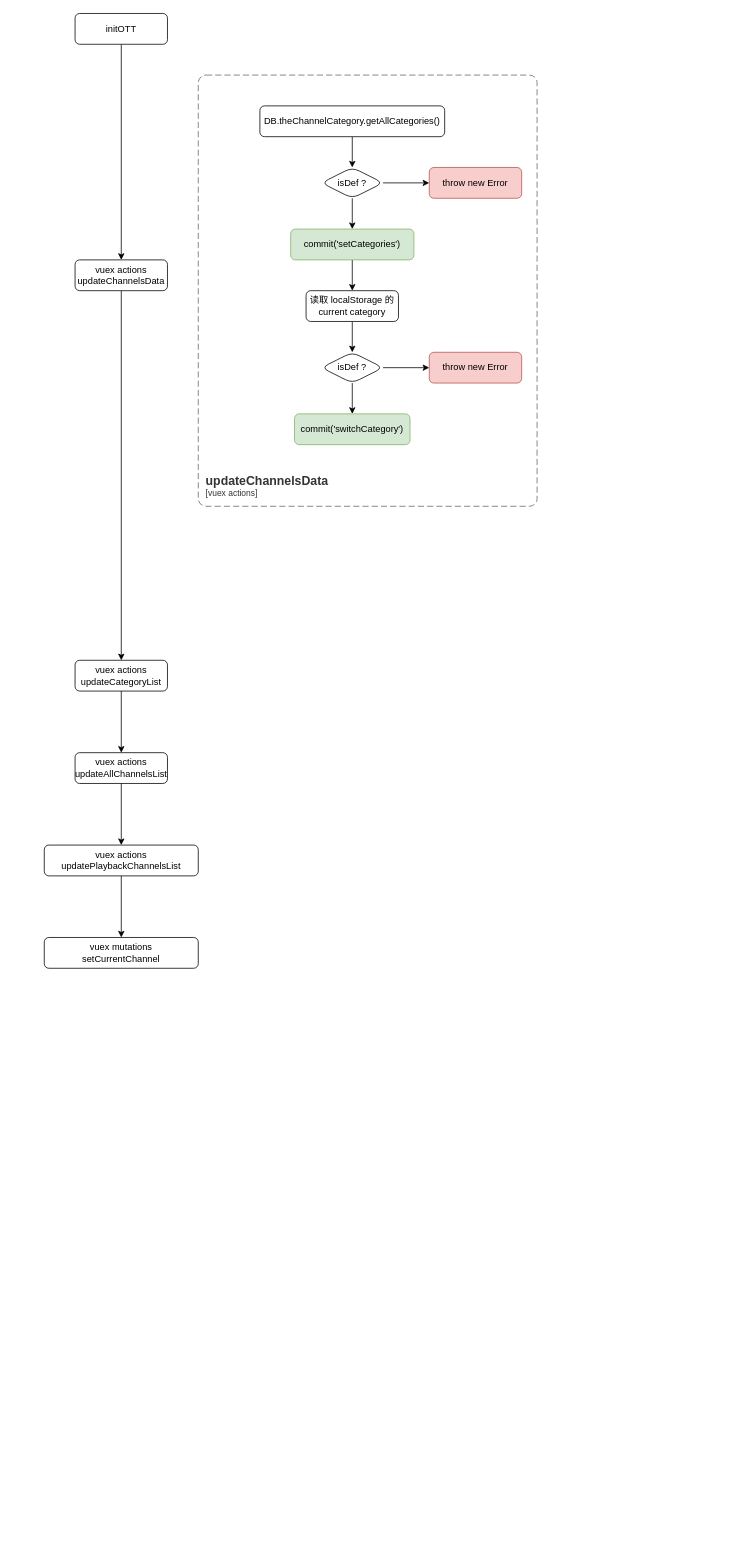
This is VidaaTvH5.drawio from LeeDebug/drawio, a draw.io file, before an edit. Source tidied: cells renumbered, new cells numbered last; positions are measured from the earlier drawing's top-left corner, leaving out a move shared by most shapes. Both pictures are drawn from the tidied source at 77%, with x=0, y=0 at pixel (44, 13).
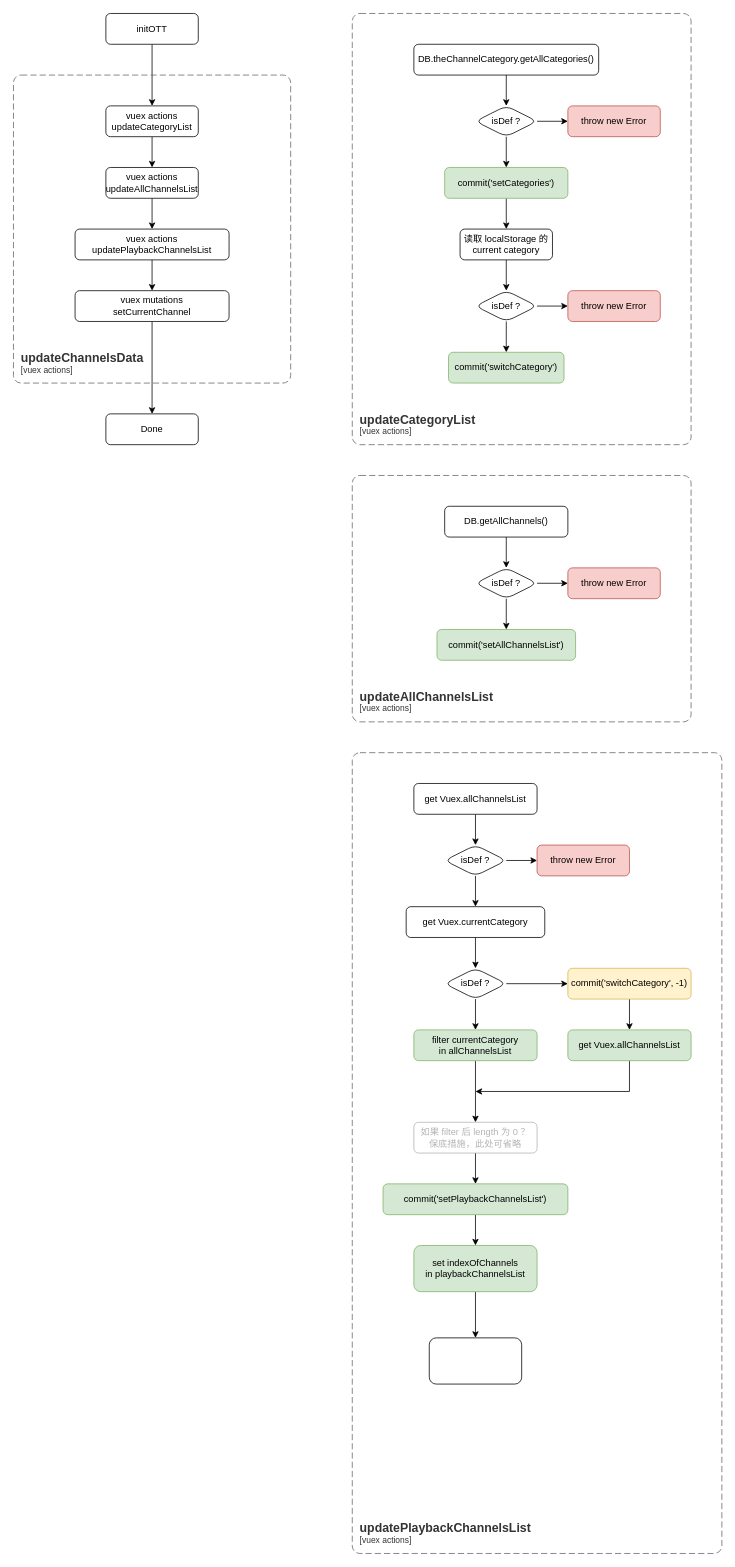
Above is the later version.

Diff of the diagram source:
```diff
@@
-    <mxCell id="2" style="edgeStyle=orthogonalEdgeStyle;rounded=0;jettySize=auto;html=1;" parent="1" edge="1" source="3" target="5">
-      <mxGeometry relative="1" as="geometry" />
-    </mxCell>
+    <mxCell id="29" style="edgeStyle=orthogonalEdgeStyle;rounded=0;jettySize=auto;html=1;exitX=0.5;exitY=1;exitDx=0;exitDy=0;entryX=0.5;entryY=0;entryDx=0;entryDy=0;" parent="1" edge="1" source="3" target="7">
+      <mxGeometry relative="1" as="geometry" />
+    </mxCell>
     <mxCell id="3" value="initOTT" style="rounded=1;whiteSpace=wrap;html=1;" parent="1" vertex="1">
-      <mxGeometry x="40" width="120" height="40" as="geometry" />
+      <mxGeometry x="80" width="120" height="40" as="geometry" />
     </mxCell>
-    <mxCell id="4" style="edgeStyle=orthogonalEdgeStyle;rounded=0;jettySize=auto;html=1;" parent="1" edge="1" source="5" target="7">
-      <mxGeometry relative="1" as="geometry" />
-    </mxCell>
-    <mxCell id="5" value="vuex actions&lt;br&gt;updateChannelsData" style="rounded=1;whiteSpace=wrap;html=1;" parent="1" vertex="1">
-      <mxGeometry x="40" y="320" width="120" height="40" as="geometry" />
-    </mxCell>
-    <mxCell id="6" style="edgeStyle=orthogonalEdgeStyle;rounded=0;jettySize=auto;html=1;" parent="1" edge="1" source="7" target="9">
-      <mxGeometry relative="1" as="geometry" />
-    </mxCell>
-    <mxCell id="7" value="vuex actions&lt;br&gt;updateCategoryList" style="rounded=1;whiteSpace=wrap;html=1;" parent="1" vertex="1">
-      <mxGeometry x="40" y="840" width="120" height="40" as="geometry" />
-    </mxCell>
-    <mxCell id="8" style="edgeStyle=orthogonalEdgeStyle;rounded=0;jettySize=auto;html=1;" parent="1" edge="1" source="9" target="11">
-      <mxGeometry relative="1" as="geometry" />
-    </mxCell>
-    <mxCell id="9" value="vuex actions&lt;br&gt;updateAllChannelsList" style="rounded=1;whiteSpace=wrap;html=1;" parent="1" vertex="1">
-      <mxGeometry x="40" y="960" width="120" height="40" as="geometry" />
-    </mxCell>
-    <mxCell id="10" style="edgeStyle=orthogonalEdgeStyle;rounded=0;jettySize=auto;html=1;" parent="1" edge="1" source="11" target="12">
-      <mxGeometry relative="1" as="geometry" />
-    </mxCell>
-    <mxCell id="11" value="vuex actions&lt;br&gt;updatePlaybackChannelsList" style="rounded=1;whiteSpace=wrap;html=1;" parent="1" vertex="1">
-      <mxGeometry y="1080" width="200" height="40" as="geometry" />
-    </mxCell>
-    <mxCell id="12" value="vuex mutations&lt;br&gt;setCurrentChannel" style="rounded=1;whiteSpace=wrap;html=1;" parent="1" vertex="1">
-      <mxGeometry y="1200" width="200" height="40" as="geometry" />
-    </mxCell>
@@
     <mxCell id="14" value="DB.theChannelCategory.getAllCategories()" style="rounded=1;whiteSpace=wrap;html=1;" parent="1" vertex="1">
-      <mxGeometry x="280" y="120" width="240" height="40" as="geometry" />
+      <mxGeometry x="480" y="40" width="240" height="40" as="geometry" />
     </mxCell>
@@
     <mxCell id="17" value="isDef ?" style="rhombus;whiteSpace=wrap;html=1;rounded=1;" parent="1" vertex="1">
-      <mxGeometry x="360" y="200" width="80" height="40" as="geometry" />
+      <mxGeometry x="560" y="120" width="80" height="40" as="geometry" />
     </mxCell>
@@
     <mxCell id="19" value="commit('setCategories')" style="whiteSpace=wrap;html=1;rounded=1;fillColor=#d5e8d4;strokeColor=#82b366;" parent="1" vertex="1">
-      <mxGeometry x="320" y="280" width="160" height="40" as="geometry" />
+      <mxGeometry x="520" y="200" width="160" height="40" as="geometry" />
     </mxCell>
     <mxCell id="20" value="throw new Error" style="whiteSpace=wrap;html=1;rounded=1;fillColor=#f8cecc;strokeColor=#b85450;" parent="1" vertex="1">
-      <mxGeometry x="500" y="200" width="120" height="40" as="geometry" />
+      <mxGeometry x="680" y="120" width="120" height="40" as="geometry" />
     </mxCell>
@@
     <mxCell id="22" value="读取 localStorage 的&lt;br&gt;current category" style="whiteSpace=wrap;html=1;rounded=1;" parent="1" vertex="1">
-      <mxGeometry x="340" y="360" width="120" height="40" as="geometry" />
+      <mxGeometry x="540" y="280" width="120" height="40" as="geometry" />
     </mxCell>
@@
     <mxCell id="25" value="isDef ?" style="rhombus;whiteSpace=wrap;html=1;rounded=1;" parent="1" vertex="1">
-      <mxGeometry x="360" y="440" width="80" height="40" as="geometry" />
+      <mxGeometry x="560" y="360" width="80" height="40" as="geometry" />
     </mxCell>
     <mxCell id="26" value="commit('switchCategory')" style="whiteSpace=wrap;html=1;rounded=1;fillColor=#d5e8d4;strokeColor=#82b366;" parent="1" vertex="1">
-      <mxGeometry x="325" y="520" width="150" height="40" as="geometry" />
+      <mxGeometry x="525" y="440" width="150" height="40" as="geometry" />
     </mxCell>
     <mxCell id="27" value="throw new Error" style="whiteSpace=wrap;html=1;rounded=1;fillColor=#f8cecc;strokeColor=#b85450;" parent="1" vertex="1">
-      <mxGeometry x="500" y="440" width="120" height="40" as="geometry" />
+      <mxGeometry x="680" y="360" width="120" height="40" as="geometry" />
     </mxCell>
-    <object id="28" label="&lt;font style=&quot;font-size: 16px&quot;&gt;&lt;b&gt;&lt;div style=&quot;text-align: left&quot;&gt;%c4Name%&lt;/div&gt;&lt;/b&gt;&lt;/font&gt;&lt;div style=&quot;text-align: left&quot;&gt;[%c4Application%]&lt;/div&gt;" c4Application="vuex actions" c4Name="updateChannelsData" placeholders="1">
+    <object id="28" label="&lt;font style=&quot;font-size: 16px&quot;&gt;&lt;b&gt;&lt;div style=&quot;text-align: left&quot;&gt;%c4Name%&lt;/div&gt;&lt;/b&gt;&lt;/font&gt;&lt;div style=&quot;text-align: left&quot;&gt;[%c4Application%]&lt;/div&gt;" c4Application="vuex actions" c4Name="updateCategoryList" placeholders="1">
       <mxCell style="rounded=1;fontSize=11;whiteSpace=wrap;html=1;dashed=1;arcSize=20;fillColor=none;strokeColor=#666666;fontColor=#333333;labelBackgroundColor=none;align=left;verticalAlign=bottom;labelBorderColor=none;spacingTop=0;spacing=10;dashPattern=8 4;perimeter=rectanglePerimeter;noLabel=0;labelPadding=0;absoluteArcSize=1;" parent="1" vertex="1">
-        <mxGeometry x="200" y="80" width="440" height="560" as="geometry" />
+        <mxGeometry x="400" width="440" height="560" as="geometry" />
       </mxCell>
     </object>
+    <mxCell id="30" style="edgeStyle=orthogonalEdgeStyle;rounded=0;jettySize=auto;html=1;" parent="1" edge="1" source="31" target="38">
+      <mxGeometry relative="1" as="geometry" />
+    </mxCell>
+    <mxCell id="31" value="DB.getAllChannels()" style="rounded=1;whiteSpace=wrap;html=1;" parent="1" vertex="1">
+      <mxGeometry x="520" y="640" width="160" height="40" as="geometry" />
+    </mxCell>
+    <mxCell id="32" value="Done" style="whiteSpace=wrap;html=1;rounded=1;" parent="1" vertex="1">
+      <mxGeometry x="80" y="520" width="120" height="40" as="geometry" />
+    </mxCell>
+    <mxCell id="6" style="edgeStyle=orthogonalEdgeStyle;rounded=0;jettySize=auto;html=1;" parent="1" edge="1" source="7" target="9">
+      <mxGeometry relative="1" as="geometry" />
+    </mxCell>
+    <mxCell id="7" value="vuex actions&lt;br&gt;updateCategoryList" style="rounded=1;whiteSpace=wrap;html=1;" parent="1" vertex="1">
+      <mxGeometry x="80" y="120" width="120" height="40" as="geometry" />
+    </mxCell>
+    <mxCell id="8" style="edgeStyle=orthogonalEdgeStyle;rounded=0;jettySize=auto;html=1;" parent="1" edge="1" source="9" target="11">
+      <mxGeometry relative="1" as="geometry" />
+    </mxCell>
+    <mxCell id="9" value="vuex actions&lt;br&gt;updateAllChannelsList" style="rounded=1;whiteSpace=wrap;html=1;" parent="1" vertex="1">
+      <mxGeometry x="80" y="200" width="120" height="40" as="geometry" />
+    </mxCell>
+    <mxCell id="10" style="edgeStyle=orthogonalEdgeStyle;rounded=0;jettySize=auto;html=1;" parent="1" edge="1" source="11" target="12">
+      <mxGeometry relative="1" as="geometry" />
+    </mxCell>
+    <mxCell id="11" value="vuex actions&lt;br&gt;updatePlaybackChannelsList" style="rounded=1;whiteSpace=wrap;html=1;" parent="1" vertex="1">
+      <mxGeometry x="40" y="280" width="200" height="40" as="geometry" />
+    </mxCell>
+    <mxCell id="33" style="edgeStyle=orthogonalEdgeStyle;rounded=0;jettySize=auto;html=1;exitX=0.5;exitY=1;exitDx=0;exitDy=0;entryX=0.5;entryY=0;entryDx=0;entryDy=0;" parent="1" edge="1" source="12" target="32">
+      <mxGeometry relative="1" as="geometry" />
+    </mxCell>
+    <mxCell id="12" value="vuex mutations&lt;br&gt;setCurrentChannel" style="rounded=1;whiteSpace=wrap;html=1;" parent="1" vertex="1">
+      <mxGeometry x="40" y="360" width="200" height="40" as="geometry" />
+    </mxCell>
+    <object id="34" label="&lt;font style=&quot;font-size: 16px&quot;&gt;&lt;b&gt;&lt;div style=&quot;text-align: left&quot;&gt;%c4Name%&lt;/div&gt;&lt;/b&gt;&lt;/font&gt;&lt;div style=&quot;text-align: left&quot;&gt;[%c4Application%]&lt;/div&gt;" c4Application="vuex actions" c4Name="updateChannelsData" placeholders="1">
+      <mxCell style="rounded=1;fontSize=11;whiteSpace=wrap;html=1;dashed=1;arcSize=20;fillColor=none;strokeColor=#666666;fontColor=#333333;labelBackgroundColor=none;align=left;verticalAlign=bottom;labelBorderColor=none;spacingTop=0;spacing=10;dashPattern=8 4;perimeter=rectanglePerimeter;noLabel=0;labelPadding=0;absoluteArcSize=1;" parent="1" vertex="1">
+        <mxGeometry x="-40" y="80" width="360" height="400" as="geometry" />
+      </mxCell>
+    </object>
+    <object id="35" label="&lt;font style=&quot;font-size: 16px&quot;&gt;&lt;b&gt;&lt;div style=&quot;text-align: left&quot;&gt;%c4Name%&lt;/div&gt;&lt;/b&gt;&lt;/font&gt;&lt;div style=&quot;text-align: left&quot;&gt;[%c4Application%]&lt;/div&gt;" c4Application="vuex actions" c4Name="updateAllChannelsList" placeholders="1">
+      <mxCell style="rounded=1;fontSize=11;whiteSpace=wrap;html=1;dashed=1;arcSize=20;fillColor=none;strokeColor=#666666;fontColor=#333333;labelBackgroundColor=none;align=left;verticalAlign=bottom;labelBorderColor=none;spacingTop=0;spacing=10;dashPattern=8 4;perimeter=rectanglePerimeter;noLabel=0;labelPadding=0;absoluteArcSize=1;" parent="1" vertex="1">
+        <mxGeometry x="400" y="600" width="440" height="320" as="geometry" />
+      </mxCell>
+    </object>
+    <mxCell id="36" style="edgeStyle=orthogonalEdgeStyle;rounded=0;jettySize=auto;html=1;" parent="1" edge="1" source="38" target="39">
+      <mxGeometry relative="1" as="geometry" />
+    </mxCell>
+    <mxCell id="37" style="edgeStyle=orthogonalEdgeStyle;rounded=0;jettySize=auto;html=1;entryX=0;entryY=0.5;entryDx=0;entryDy=0;" parent="1" edge="1" source="38" target="40">
+      <mxGeometry relative="1" as="geometry" />
+    </mxCell>
+    <mxCell id="38" value="isDef ?" style="rhombus;whiteSpace=wrap;html=1;rounded=1;" parent="1" vertex="1">
+      <mxGeometry x="560" y="720" width="80" height="40" as="geometry" />
+    </mxCell>
+    <mxCell id="39" value="commit('setAllChannelsList')" style="whiteSpace=wrap;html=1;rounded=1;fillColor=#d5e8d4;strokeColor=#82b366;" parent="1" vertex="1">
+      <mxGeometry x="510" y="800" width="180" height="40" as="geometry" />
+    </mxCell>
+    <mxCell id="40" value="throw new Error" style="whiteSpace=wrap;html=1;rounded=1;fillColor=#f8cecc;strokeColor=#b85450;" parent="1" vertex="1">
+      <mxGeometry x="680" y="720" width="120" height="40" as="geometry" />
+    </mxCell>
+    <mxCell id="41" style="edgeStyle=orthogonalEdgeStyle;rounded=0;jettySize=auto;html=1;" parent="1" edge="1" source="42" target="46">
+      <mxGeometry relative="1" as="geometry" />
+    </mxCell>
+    <mxCell id="42" value="get Vuex.allChannelsList" style="rounded=1;whiteSpace=wrap;html=1;" parent="1" vertex="1">
+      <mxGeometry x="480" y="1000" width="160" height="40" as="geometry" />
+    </mxCell>
+    <object id="43" label="&lt;font style=&quot;font-size: 16px&quot;&gt;&lt;b&gt;&lt;div style=&quot;text-align: left&quot;&gt;%c4Name%&lt;/div&gt;&lt;/b&gt;&lt;/font&gt;&lt;div style=&quot;text-align: left&quot;&gt;[%c4Application%]&lt;/div&gt;" c4Application="vuex actions" c4Name="updatePlaybackChannelsList" placeholders="1">
+      <mxCell style="rounded=1;fontSize=11;whiteSpace=wrap;html=1;dashed=1;arcSize=20;fillColor=none;strokeColor=#666666;fontColor=#333333;labelBackgroundColor=none;align=left;verticalAlign=bottom;labelBorderColor=none;spacingTop=0;spacing=10;dashPattern=8 4;perimeter=rectanglePerimeter;noLabel=0;labelPadding=0;absoluteArcSize=1;" parent="1" vertex="1">
+        <mxGeometry x="400" y="960" width="480" height="1040" as="geometry" />
+      </mxCell>
+    </object>
+    <mxCell id="44" style="edgeStyle=orthogonalEdgeStyle;rounded=0;jettySize=auto;html=1;" parent="1" edge="1" source="46" target="48">
+      <mxGeometry relative="1" as="geometry" />
+    </mxCell>
+    <mxCell id="45" style="edgeStyle=orthogonalEdgeStyle;rounded=0;jettySize=auto;html=1;entryX=0;entryY=0.5;entryDx=0;entryDy=0;" parent="1" edge="1" source="46" target="49">
+      <mxGeometry relative="1" as="geometry" />
+    </mxCell>
+    <mxCell id="46" value="isDef ?" style="rhombus;whiteSpace=wrap;html=1;rounded=1;" parent="1" vertex="1">
+      <mxGeometry x="520" y="1080" width="80" height="40" as="geometry" />
+    </mxCell>
+    <mxCell id="47" style="edgeStyle=orthogonalEdgeStyle;rounded=0;jettySize=auto;html=1;" parent="1" edge="1" source="48" target="52">
+      <mxGeometry relative="1" as="geometry" />
+    </mxCell>
+    <mxCell id="48" value="get Vuex.currentCategory" style="whiteSpace=wrap;html=1;rounded=1;" parent="1" vertex="1">
+      <mxGeometry x="470" y="1160" width="180" height="40" as="geometry" />
+    </mxCell>
+    <mxCell id="49" value="throw new Error" style="whiteSpace=wrap;html=1;rounded=1;fillColor=#f8cecc;strokeColor=#b85450;" parent="1" vertex="1">
+      <mxGeometry x="640" y="1080" width="120" height="40" as="geometry" />
+    </mxCell>
+    <mxCell id="50" style="edgeStyle=orthogonalEdgeStyle;rounded=0;jettySize=auto;html=1;" parent="1" edge="1" source="52" target="54">
+      <mxGeometry relative="1" as="geometry" />
+    </mxCell>
+    <mxCell id="51" style="edgeStyle=orthogonalEdgeStyle;rounded=0;jettySize=auto;html=1;" parent="1" edge="1" source="52" target="57">
+      <mxGeometry relative="1" as="geometry" />
+    </mxCell>
+    <mxCell id="52" value="isDef ?" style="rhombus;whiteSpace=wrap;html=1;rounded=1;" parent="1" vertex="1">
+      <mxGeometry x="520" y="1240" width="80" height="40" as="geometry" />
+    </mxCell>
+    <mxCell id="53" style="edgeStyle=orthogonalEdgeStyle;rounded=0;jettySize=auto;html=1;" parent="1" edge="1" source="54" target="59">
+      <mxGeometry relative="1" as="geometry" />
+    </mxCell>
+    <mxCell id="54" value="filter currentCategory&lt;br&gt;in allChannelsList" style="whiteSpace=wrap;html=1;rounded=1;fillColor=#d5e8d4;strokeColor=#82b366;" parent="1" vertex="1">
+      <mxGeometry x="480" y="1320" width="160" height="40" as="geometry" />
+    </mxCell>
+    <mxCell id="55" style="edgeStyle=orthogonalEdgeStyle;rounded=0;jettySize=auto;html=1;fontColor=#B3B3B3;exitX=0.5;exitY=1;exitDx=0;exitDy=0;" parent="1" edge="1" source="64">
+      <mxGeometry relative="1" as="geometry">
+        <mxPoint x="560" y="1400" as="targetPoint" />
+        <Array as="points">
+          <mxPoint x="760" y="1400" />
+        </Array>
+      </mxGeometry>
+    </mxCell>
+    <mxCell id="56" style="edgeStyle=orthogonalEdgeStyle;rounded=0;jettySize=auto;html=1;exitX=0.5;exitY=1;exitDx=0;exitDy=0;entryX=0.5;entryY=0;entryDx=0;entryDy=0;fontColor=#B3B3B3;" parent="1" edge="1" source="57" target="64">
+      <mxGeometry relative="1" as="geometry" />
+    </mxCell>
+    <mxCell id="57" value="commit('switchCategory', -1)" style="whiteSpace=wrap;html=1;rounded=1;fillColor=#fff2cc;strokeColor=#d6b656;" parent="1" vertex="1">
+      <mxGeometry x="680" y="1240" width="160" height="40" as="geometry" />
+    </mxCell>
+    <mxCell id="58" style="edgeStyle=orthogonalEdgeStyle;rounded=0;jettySize=auto;html=1;" parent="1" edge="1" source="59" target="61">
+      <mxGeometry relative="1" as="geometry" />
+    </mxCell>
+    <mxCell id="59" value="如果 filter 后 length 为 0 ？&lt;br&gt;保底措施，此处可省略" style="whiteSpace=wrap;html=1;rounded=1;fontColor=#B3B3B3;strokeColor=#B3B3B3;" parent="1" vertex="1">
+      <mxGeometry x="480" y="1440" width="160" height="40" as="geometry" />
+    </mxCell>
+    <mxCell id="60" style="edgeStyle=orthogonalEdgeStyle;rounded=0;jettySize=auto;html=1;fontColor=#B3B3B3;" parent="1" edge="1" source="61" target="63">
+      <mxGeometry relative="1" as="geometry" />
+    </mxCell>
+    <mxCell id="61" value="commit('setPlaybackChannelsList')" style="whiteSpace=wrap;html=1;rounded=1;fillColor=#d5e8d4;strokeColor=#82b366;" parent="1" vertex="1">
+      <mxGeometry x="440" y="1520" width="240" height="40" as="geometry" />
+    </mxCell>
+    <mxCell id="62" style="edgeStyle=orthogonalEdgeStyle;rounded=0;jettySize=auto;html=1;fontColor=#B3B3B3;" parent="1" edge="1" source="63" target="65">
+      <mxGeometry relative="1" as="geometry" />
+    </mxCell>
+    <mxCell id="63" value="set&amp;nbsp;indexOfChannels&lt;br&gt;in&amp;nbsp;playbackChannelsList" style="whiteSpace=wrap;html=1;rounded=1;fillColor=#d5e8d4;strokeColor=#82b366;" parent="1" vertex="1">
+      <mxGeometry x="480" y="1600" width="160" height="60" as="geometry" />
+    </mxCell>
+    <mxCell id="64" value="get Vuex.allChannelsList" style="whiteSpace=wrap;html=1;rounded=1;fillColor=#d5e8d4;strokeColor=#82b366;" parent="1" vertex="1">
+      <mxGeometry x="680" y="1320" width="160" height="40" as="geometry" />
+    </mxCell>
+    <mxCell id="65" style="whiteSpace=wrap;html=1;rounded=1;" parent="1" vertex="1">
+      <mxGeometry x="500" y="1720" width="120" height="60" as="geometry" />
+    </mxCell>
```
